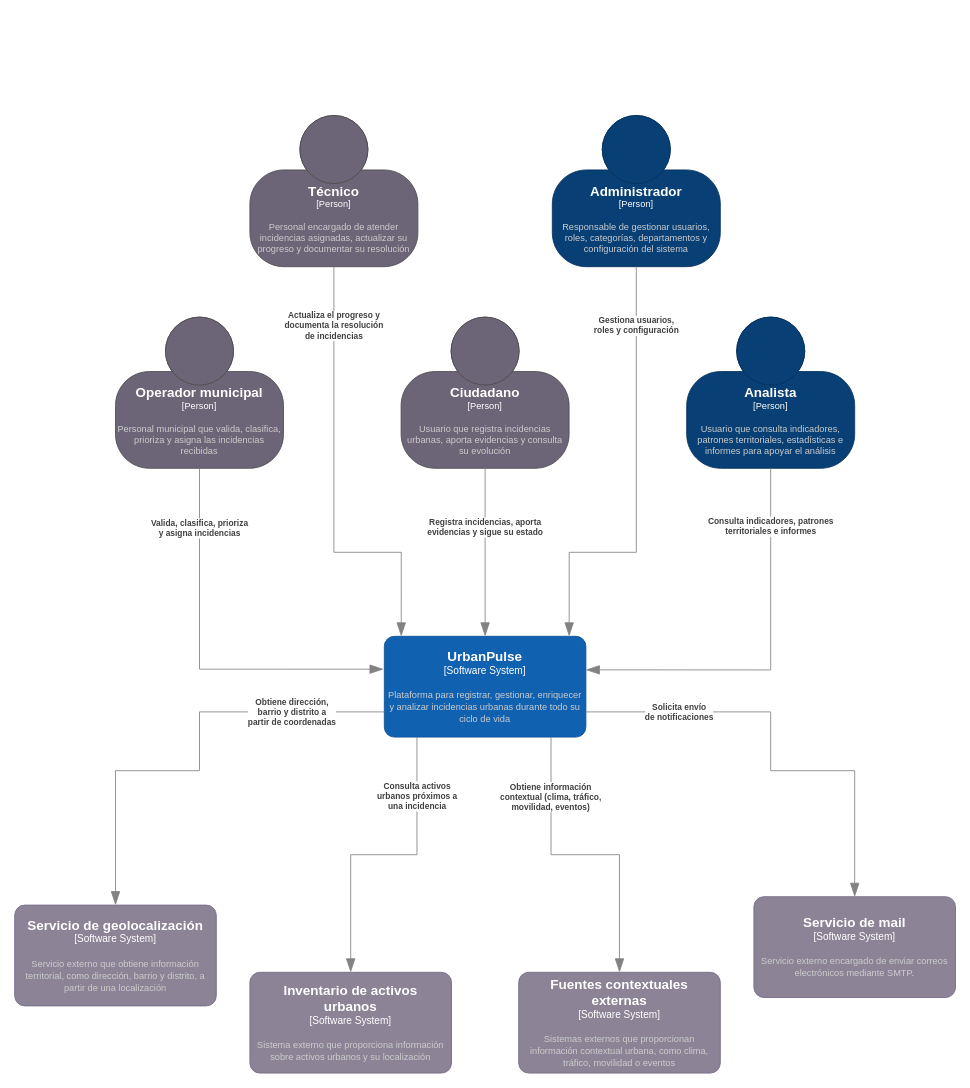
The draw.io diagram page "Contexto" (1 of 2) of docs/diagrams/c4.drawio in CeNtAuRoOo/urban-pulse-app, before the edit. Source tidied: cells renumbered, new cells numbered last; positions are measured from the earlier drawing's top-left corner, leaving out a move shared by most shapes. Both pictures are drawn from the tidied source at 84%, with x=0, y=0 at pixel (14, 115).
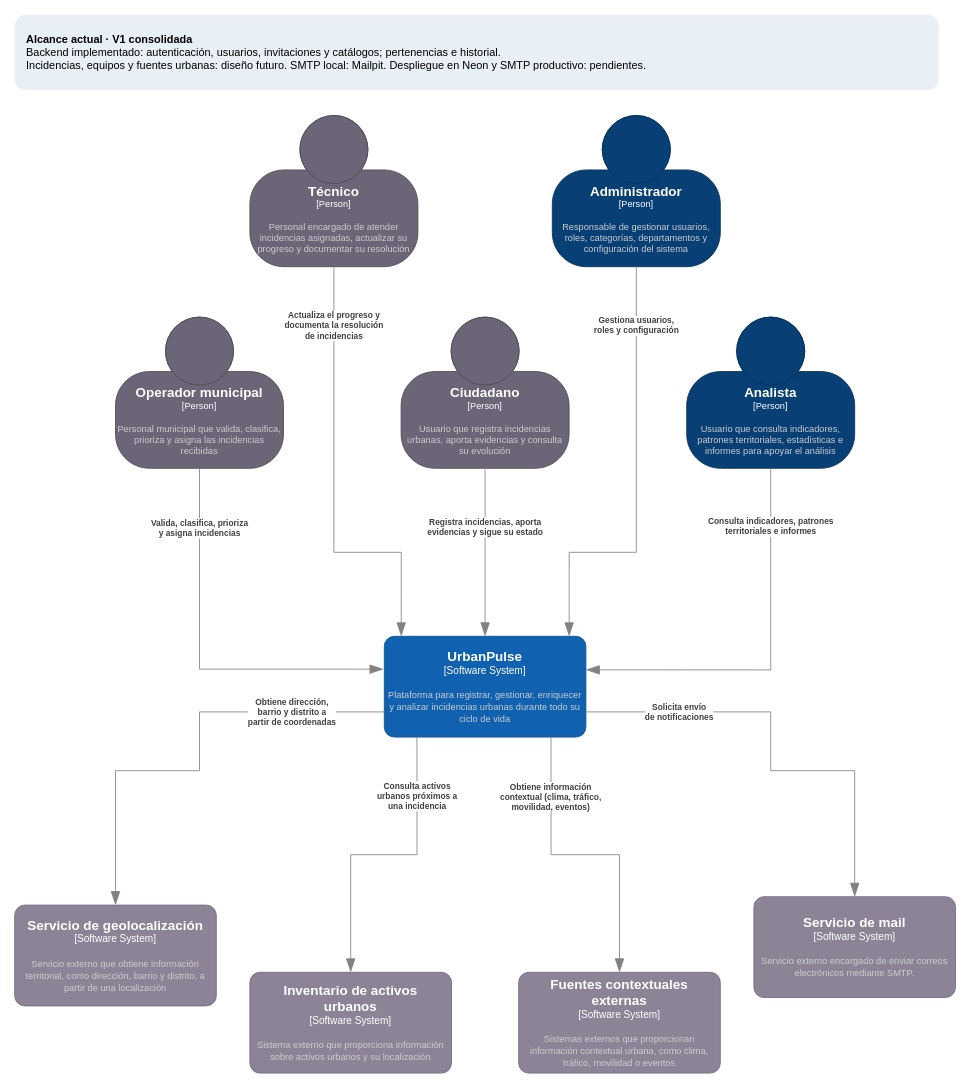
Above is the later version.

What changed in the source:
```diff
@@
+    <mxCell id="21" value="&lt;b&gt;Alcance actual · V1 consolidada&lt;/b&gt;&lt;br&gt;Backend implementado: autenticación, usuarios, invitaciones y catálogos; pertenencias e historial.&lt;br&gt;Incidencias, equipos y fuentes urbanas: diseño futuro. SMTP local: Mailpit. Despliegue en Neon y SMTP productivo: pendientes." style="rounded=1;whiteSpace=wrap;html=1;align=left;verticalAlign=middle;spacing=14;fillColor=#e8f0f5;strokeColor=none;fontSize=13;" parent="1" vertex="1">
+      <mxGeometry y="-120" width="1100" height="90" as="geometry" />
+    </mxCell>
```
